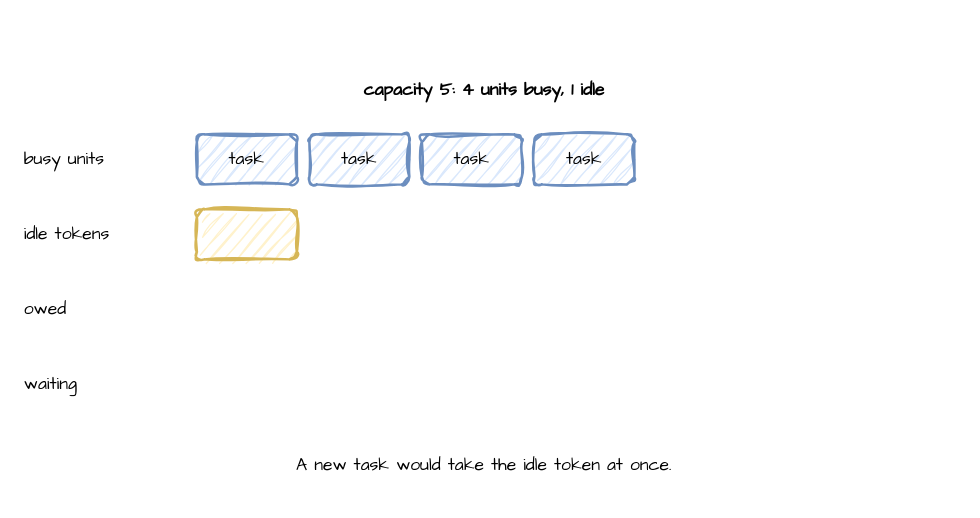
This is page "step 1" (1 of 5) of docs/assets/diagrams/resource-shrink.drawio from jaehyeon-kim/desflow, a draw.io file, before an edit. Source tidied: cells renumbered, new cells numbered last; positions are measured from the earlier drawing's top-left corner, leaving out a move shared by most shapes. Both pictures are drawn from the tidied source at 125%, with x=0, y=0 at pixel (21, 71).
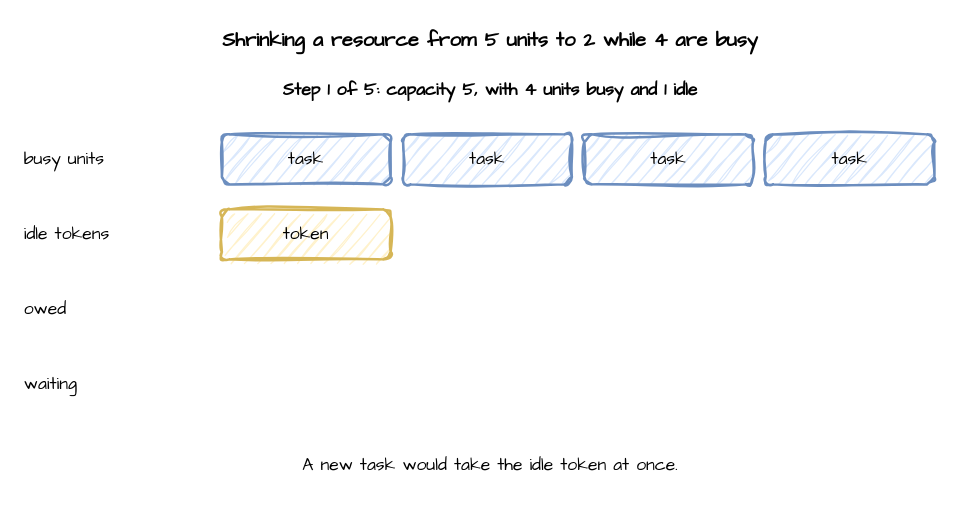
Above is the later version.

Change to the diagram source:
```diff
@@
 <mxGraphModel>
   <root>
     <mxCell id="0" />
     <mxCell id="1" parent="0" />
+    <mxCell id="13" value="Shrinking a resource from 5 units to 2 while 4 are busy" style="text;html=1;align=center;verticalAlign=middle;whiteSpace=wrap;fontFamily=Comic Sans MS;fontSize=16;fontStyle=1;" parent="1" vertex="1">
+      <mxGeometry y="-40" width="750" height="30" as="geometry" />
+    </mxCell>
-    <mxCell id="2" value="capacity 5: 4 units busy, 1 idle" style="text;html=1;align=center;verticalAlign=middle;whiteSpace=wrap;html=1;sketch=1;curveFitting=1;jiggle=2;fontFamily=Comic Sans MS;fontSize=14;fontStyle=1;" parent="1" vertex="1">
-      <mxGeometry width="740" height="30" as="geometry" />
+    <mxCell id="2" value="Step 1 of 5: capacity 5, with 4 units busy and 1 idle" style="text;html=1;align=center;verticalAlign=middle;whiteSpace=wrap;html=1;sketch=1;curveFitting=1;jiggle=2;fontFamily=Comic Sans MS;fontSize=14;fontStyle=1;" parent="1" vertex="1">
+      <mxGeometry width="750" height="30" as="geometry" />
     </mxCell>
     <mxCell id="3" value="busy units" style="text;html=1;align=center;verticalAlign=middle;whiteSpace=wrap;html=1;sketch=1;curveFitting=1;jiggle=2;fontFamily=Comic Sans MS;fontSize=14;align=left;" parent="1" vertex="1">
       <mxGeometry y="50" width="120" height="40" as="geometry" />
     </mxCell>
     <mxCell id="4" value="task" style="rounded=1;whiteSpace=wrap;html=1;sketch=1;curveFitting=1;jiggle=2;fontFamily=Comic Sans MS;fontSize=14;fillColor=#dae8fc;strokeColor=#6c8ebf;strokeWidth=2;" parent="1" vertex="1">
-      <mxGeometry x="140" y="50" width="80" height="40" as="geometry" />
+      <mxGeometry x="160" y="50" width="135" height="40" as="geometry" />
     </mxCell>
     <mxCell id="5" value="task" style="rounded=1;whiteSpace=wrap;html=1;sketch=1;curveFitting=1;jiggle=2;fontFamily=Comic Sans MS;fontSize=14;fillColor=#dae8fc;strokeColor=#6c8ebf;strokeWidth=2;" parent="1" vertex="1">
-      <mxGeometry x="230" y="50" width="80" height="40" as="geometry" />
+      <mxGeometry x="305" y="50" width="135" height="40" as="geometry" />
     </mxCell>
     <mxCell id="6" value="task" style="rounded=1;whiteSpace=wrap;html=1;sketch=1;curveFitting=1;jiggle=2;fontFamily=Comic Sans MS;fontSize=14;fillColor=#dae8fc;strokeColor=#6c8ebf;strokeWidth=2;" parent="1" vertex="1">
-      <mxGeometry x="320" y="50" width="80" height="40" as="geometry" />
+      <mxGeometry x="450" y="50" width="135" height="40" as="geometry" />
     </mxCell>
     <mxCell id="7" value="task" style="rounded=1;whiteSpace=wrap;html=1;sketch=1;curveFitting=1;jiggle=2;fontFamily=Comic Sans MS;fontSize=14;fillColor=#dae8fc;strokeColor=#6c8ebf;strokeWidth=2;" parent="1" vertex="1">
-      <mxGeometry x="410" y="50" width="80" height="40" as="geometry" />
+      <mxGeometry x="595" y="50" width="135" height="40" as="geometry" />
     </mxCell>
     <mxCell id="8" value="idle tokens" style="text;html=1;align=center;verticalAlign=middle;whiteSpace=wrap;html=1;sketch=1;curveFitting=1;jiggle=2;fontFamily=Comic Sans MS;fontSize=14;align=left;" parent="1" vertex="1">
       <mxGeometry y="110" width="120" height="40" as="geometry" />
     </mxCell>
-    <mxCell id="9" style="rounded=1;whiteSpace=wrap;html=1;sketch=1;curveFitting=1;jiggle=2;fontFamily=Comic Sans MS;fontSize=14;fillColor=#fff2cc;strokeColor=#d6b656;strokeWidth=2;" parent="1" vertex="1">
-      <mxGeometry x="140" y="110" width="80" height="40" as="geometry" />
+    <mxCell id="9" value="token" style="rounded=1;whiteSpace=wrap;html=1;sketch=1;curveFitting=1;jiggle=2;fontFamily=Comic Sans MS;fontSize=14;fillColor=#fff2cc;strokeColor=#d6b656;strokeWidth=2;" parent="1" vertex="1">
+      <mxGeometry x="160" y="110" width="135" height="40" as="geometry" />
     </mxCell>
     <mxCell id="10" value="owed" style="text;html=1;align=center;verticalAlign=middle;whiteSpace=wrap;html=1;sketch=1;curveFitting=1;jiggle=2;fontFamily=Comic Sans MS;fontSize=14;align=left;" parent="1" vertex="1">
       <mxGeometry y="170" width="120" height="40" as="geometry" />
     </mxCell>
     <mxCell id="11" value="waiting" style="text;html=1;align=center;verticalAlign=middle;whiteSpace=wrap;html=1;sketch=1;curveFitting=1;jiggle=2;fontFamily=Comic Sans MS;fontSize=14;align=left;" parent="1" vertex="1">
       <mxGeometry y="230" width="120" height="40" as="geometry" />
     </mxCell>
     <mxCell id="12" value="A new task would take the idle token at once." style="text;html=1;align=center;verticalAlign=middle;whiteSpace=wrap;html=1;sketch=1;curveFitting=1;jiggle=2;fontFamily=Comic Sans MS;fontSize=14;" parent="1" vertex="1">
-      <mxGeometry y="290" width="740" height="50" as="geometry" />
+      <mxGeometry y="290" width="750" height="50" as="geometry" />
     </mxCell>
   </root>
 </mxGraphModel>
```
